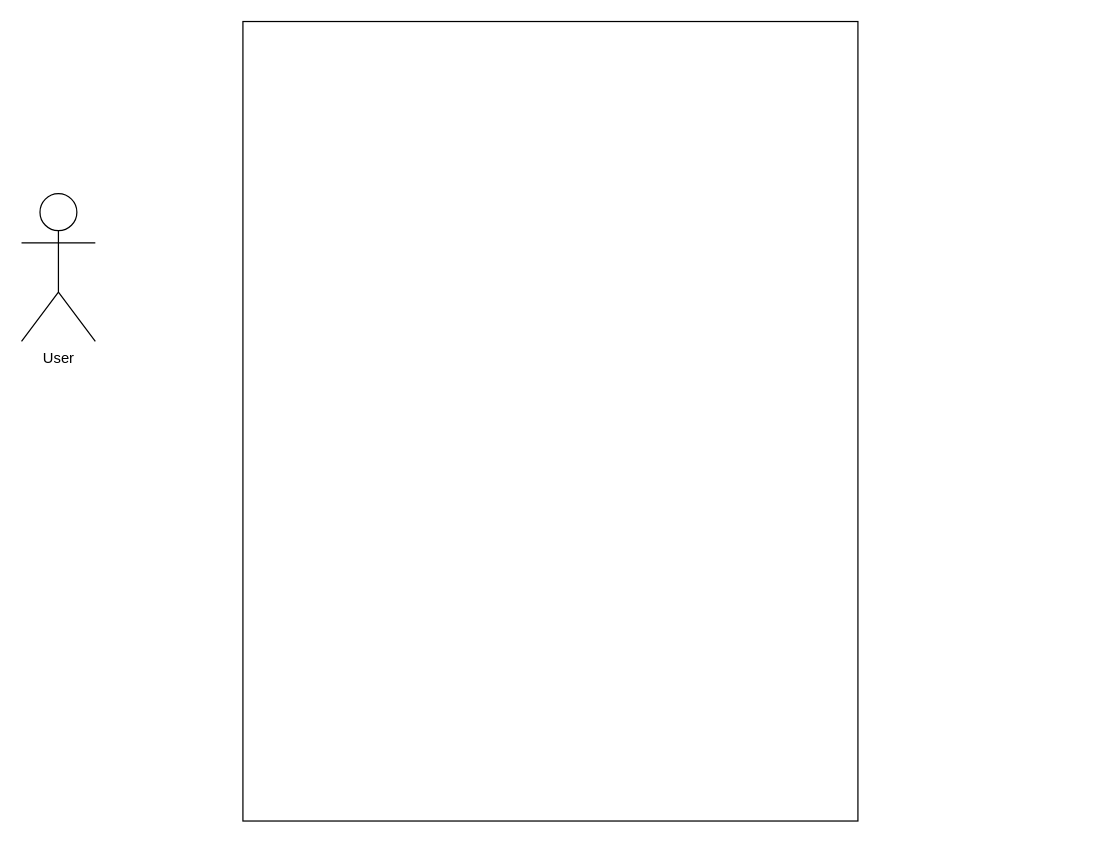
Earlier version of the draw.io diagram docs/diagrams/UseCaseDiagram.drawio (laurentksh/ICT-120_151). Source tidied: cells renumbered, new cells numbered last; positions are measured from the earlier drawing's top-left corner, leaving out a move shared by most shapes. Both pictures are drawn from the tidied source at 123%, with x=0, y=0 at pixel (21, 21).
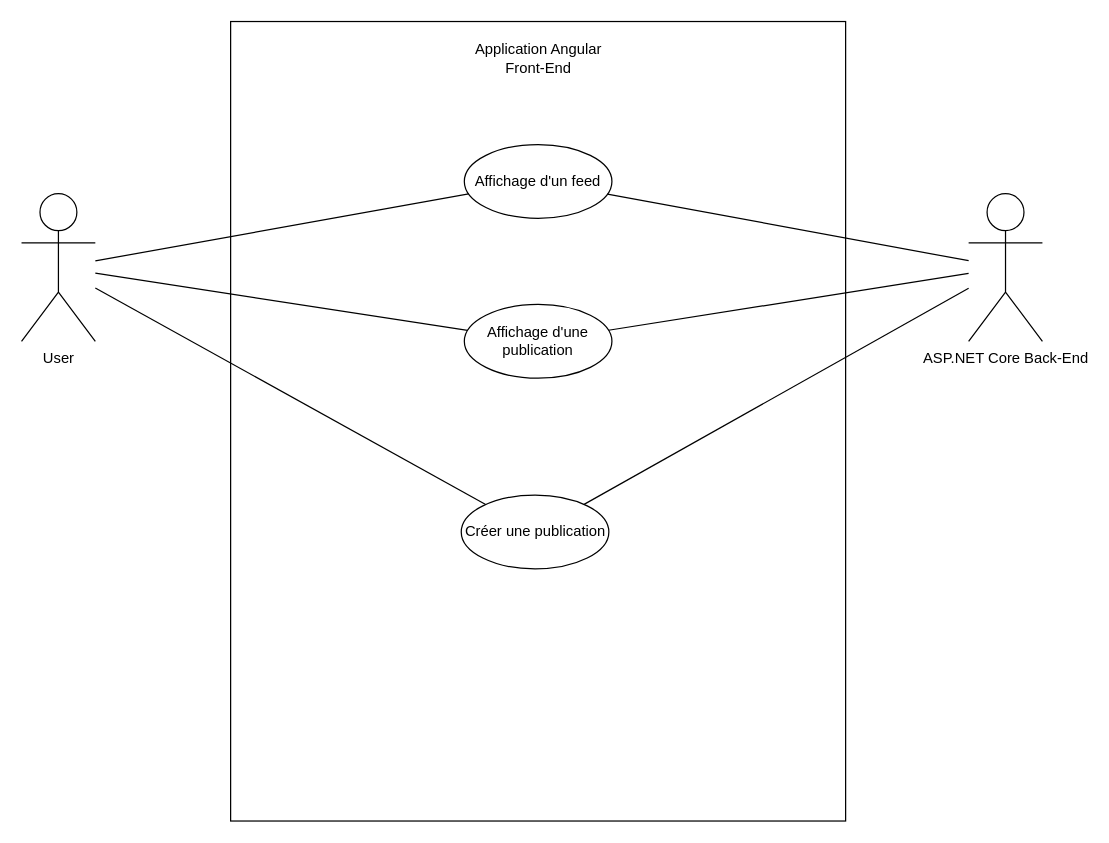
Above is the later version.

Diff of the diagram source:
```diff
@@
 <mxGraphModel>
   <root>
     <mxCell id="0" />
     <mxCell id="1" parent="0" />
     <mxCell id="2" value="User" style="shape=umlActor;verticalLabelPosition=bottom;labelBackgroundColor=#ffffff;verticalAlign=top;html=1;outlineConnect=0;" parent="1" vertex="1">
       <mxGeometry y="140" width="60" height="120" as="geometry" />
     </mxCell>
     <mxCell id="3" style="rounded=0;whiteSpace=wrap;html=1;" parent="1" vertex="1">
-      <mxGeometry x="180" width="500" height="650" as="geometry" />
+      <mxGeometry x="170" width="500" height="650" as="geometry" />
     </mxCell>
+    <mxCell id="4" value="ASP.NET Core Back-End" style="shape=umlActor;verticalLabelPosition=bottom;verticalAlign=top;html=1;outlineConnect=0;" parent="1" vertex="1">
+      <mxGeometry x="770" y="140" width="60" height="120" as="geometry" />
+    </mxCell>
+    <mxCell id="5" value="Application Angular Front-End" style="text;html=1;strokeColor=none;fillColor=none;align=center;verticalAlign=middle;whiteSpace=wrap;rounded=0;" parent="1" vertex="1">
+      <mxGeometry x="357.5" y="10" width="125" height="40" as="geometry" />
+    </mxCell>
+    <mxCell id="6" value="Affichage d'un feed" style="ellipse;whiteSpace=wrap;html=1;" parent="1" vertex="1">
+      <mxGeometry x="360" y="100" width="120" height="60" as="geometry" />
+    </mxCell>
+    <mxCell id="7" value="Créer une publication" style="ellipse;whiteSpace=wrap;html=1;" parent="1" vertex="1">
+      <mxGeometry x="357.5" y="385" width="120" height="60" as="geometry" />
+    </mxCell>
+    <mxCell id="8" value="Affichage d'une publication" style="ellipse;whiteSpace=wrap;html=1;" parent="1" vertex="1">
+      <mxGeometry x="360" y="230" width="120" height="60" as="geometry" />
+    </mxCell>
+    <mxCell id="9" style="endArrow=none;html=1;endFill=0;" parent="1" edge="1" source="2" target="6">
+      <mxGeometry relative="1" as="geometry" />
+    </mxCell>
+    <mxCell id="10" style="endArrow=none;html=1;endFill=0;" parent="1" edge="1" source="2" target="8">
+      <mxGeometry relative="1" as="geometry" />
+    </mxCell>
+    <mxCell id="11" style="endArrow=none;html=1;endFill=0;" parent="1" edge="1" source="2" target="7">
+      <mxGeometry relative="1" as="geometry" />
+    </mxCell>
+    <mxCell id="12" style="endArrow=none;html=1;" parent="1" edge="1" source="6" target="4">
+      <mxGeometry relative="1" as="geometry" />
+    </mxCell>
+    <mxCell id="13" style="endArrow=none;html=1;" parent="1" edge="1" source="8" target="4">
+      <mxGeometry relative="1" as="geometry" />
+    </mxCell>
+    <mxCell id="14" style="endArrow=none;html=1;" parent="1" edge="1" source="7" target="4">
+      <mxGeometry relative="1" as="geometry" />
+    </mxCell>
   </root>
 </mxGraphModel>
```
